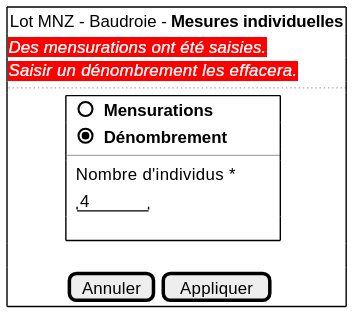
Earlier version of the PlantUML export projects/common/spe/images/enumerations-edit-warning.svg (sumaris-net/sumaris-doc). The source it was exported from:
```plantuml
@startsalt
 {+
  { Lot MNZ - Baudroie - <b>Mesures individuelles }
  <back:red><font color=white><i>Des mensurations ont été saisies.
  <back:red><font color=white><i>Saisir un dénombrement les effacera.
  ..
  {
     . | . | . | . | . | . | . |  . | {+
        { | . | ()  <b>Mensurations | . | . | . | . | . | . }
        { | . | (X)  <b>Dénombrement |  . | . | . | . | . | . }

        --
        { | . | Nombre d'individus *  | . | . | . | . | . | . }
        { | . | "   4  "  }
        .
        }
    }
    .
    {| . | . | . | . | . | . | . | . | [Annuler] | [Appliquer]}
  }
@endsalt
```
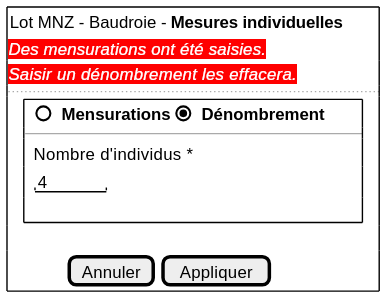
After the commit.

Change to the diagram source:
```diff
@@ -5,15 +5,15 @@
   <back:red><font color=white><i>Saisir un dénombrement les effacera.
   ..
   {
-     . | . | . | . | . | . | . |  . | {+
-        { | . | ()  <b>Mensurations | . | . | . | . | . | . }
-        { | . | (X)  <b>Dénombrement |  . | . | . | . | . | . }
+     . | . |   {+
+        { | . | ()  <b>Mensurations | (X)  <b>Dénombrement | . | . | . | . | . }
+
 
         --
         { | . | Nombre d'individus *  | . | . | . | . | . | . }
         { | . | "   4  "  }
         .
-        }
+        } . | . |
     }
     .
     {| . | . | . | . | . | . | . | . | [Annuler] | [Appliquer]}
```
